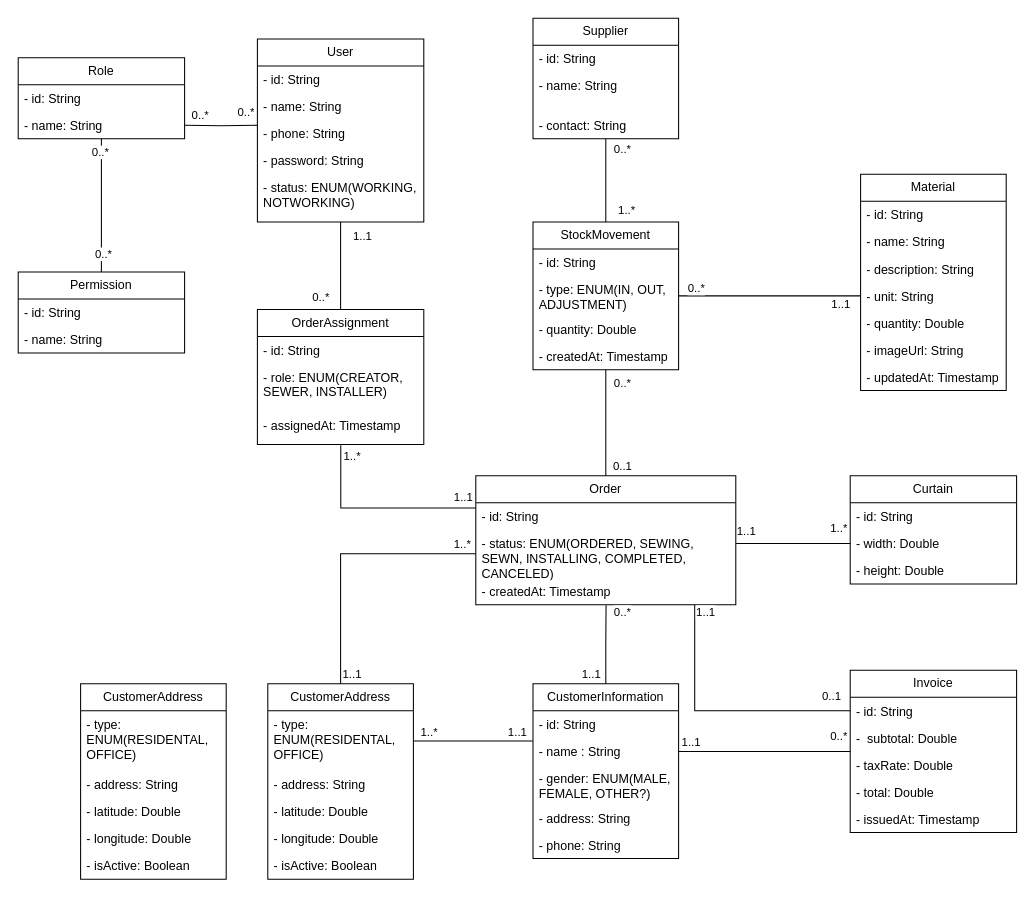
Before: page "Class Diagram" (2 of 2) of docs/diagrams/CBMS.drawio.xml in nhhun2005/cbms, a draw.io diagram. Source tidied: cells renumbered, new cells numbered last; positions are measured from the earlier drawing's top-left corner, leaving out a move shared by most shapes. Both pictures are drawn from the tidied source at 104%, with x=0, y=0 at pixel (18, 18).
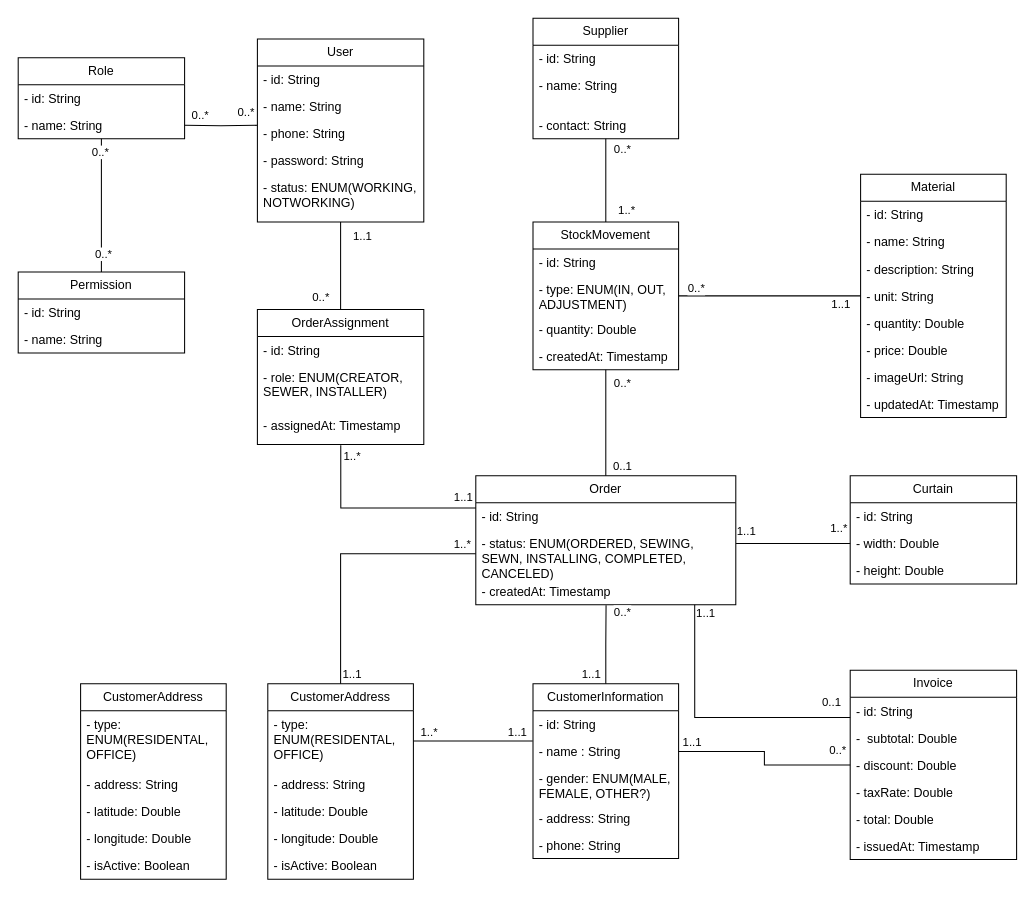
After the change.

Commit message:
docs: add discount to invoice

The edit, as a diff of the source:
```diff
@@
     <mxCell id="2" value="Material" style="swimlane;fontStyle=0;horizontal=1;startSize=26;fillColor=none;whiteSpace=wrap;html=1;" parent="1" vertex="1">
-      <mxGeometry x="810" y="150" width="140" height="208" as="geometry" />
+      <mxGeometry x="810" y="150" width="140" height="234" as="geometry" />
     </mxCell>
@@
+    <mxCell id="106" value="- price: Double" style="text;strokeColor=none;fillColor=none;align=left;verticalAlign=top;spacingLeft=4;spacingRight=4;overflow=hidden;whiteSpace=wrap;html=1;" parent="2" vertex="1">
+      <mxGeometry y="156" width="140" height="26" as="geometry" />
+    </mxCell>
     <mxCell id="8" value="- imageUrl: String" style="text;strokeColor=none;fillColor=none;align=left;verticalAlign=top;spacingLeft=4;spacingRight=4;overflow=hidden;whiteSpace=wrap;html=1;" parent="2" vertex="1">
-      <mxGeometry y="156" width="140" height="26" as="geometry" />
+      <mxGeometry y="182" width="140" height="26" as="geometry" />
     </mxCell>
     <mxCell id="9" value="- updatedAt: Timestamp" style="text;strokeColor=none;fillColor=none;align=left;verticalAlign=top;spacingLeft=4;spacingRight=4;overflow=hidden;whiteSpace=wrap;html=1;" parent="2" vertex="1">
-      <mxGeometry y="182" width="140" height="26" as="geometry" />
+      <mxGeometry y="208" width="140" height="26" as="geometry" />
     </mxCell>
@@
     <mxCell id="84" value="Invoice" style="swimlane;fontStyle=0;horizontal=1;startSize=26;fillColor=none;whiteSpace=wrap;html=1;" parent="1" vertex="1">
-      <mxGeometry x="800" y="627" width="160" height="156" as="geometry" />
+      <mxGeometry x="800" y="627" width="160" height="182" as="geometry" />
     </mxCell>
@@
+    <mxCell id="107" value="- discount: Double" style="text;strokeColor=none;fillColor=none;align=left;verticalAlign=top;spacingLeft=4;spacingRight=4;overflow=hidden;whiteSpace=wrap;html=1;" parent="84" vertex="1">
+      <mxGeometry y="78" width="160" height="26" as="geometry" />
+    </mxCell>
     <mxCell id="87" value="- taxRate: Double" style="text;strokeColor=none;fillColor=none;align=left;verticalAlign=top;spacingLeft=4;spacingRight=4;overflow=hidden;whiteSpace=wrap;html=1;" parent="84" vertex="1">
-      <mxGeometry y="78" width="160" height="26" as="geometry" />
+      <mxGeometry y="104" width="160" height="26" as="geometry" />
     </mxCell>
     <mxCell id="88" value="- total: Double" style="text;strokeColor=none;fillColor=none;align=left;verticalAlign=top;spacingLeft=4;spacingRight=4;overflow=hidden;whiteSpace=wrap;html=1;" parent="84" vertex="1">
-      <mxGeometry y="104" width="160" height="26" as="geometry" />
+      <mxGeometry y="130" width="160" height="26" as="geometry" />
     </mxCell>
     <mxCell id="89" value="- issuedAt: Timestamp" style="text;strokeColor=none;fillColor=none;align=left;verticalAlign=top;spacingLeft=4;spacingRight=4;overflow=hidden;whiteSpace=wrap;html=1;" parent="84" vertex="1">
-      <mxGeometry y="130" width="160" height="26" as="geometry" />
+      <mxGeometry y="156" width="160" height="26" as="geometry" />
     </mxCell>
```
